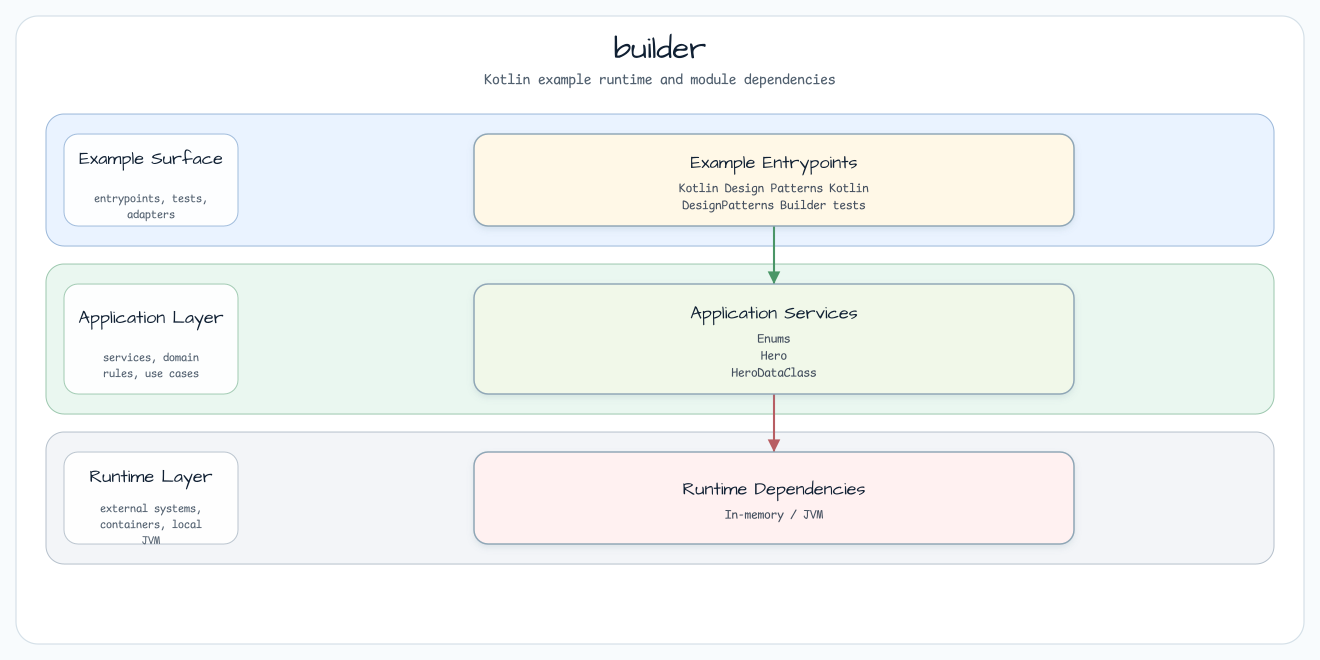
bluetape4k/bluetape4k-workshop keeps this Graphviz diagram as docs/images/readme-diagrams/kotlin-design-patterns-src-main-kotlin-io-bluetape4k-workshop-kotlin-designpatterns-builder-readme-architecture-01.png. Above is the earlier version. Its source is kept beside it as docs/images/readme-diagrams/kotlin-design-patterns-src-main-kotlin-io-bluetape4k-workshop-kotlin-designpatterns-builder-readme-architecture-01.dot.
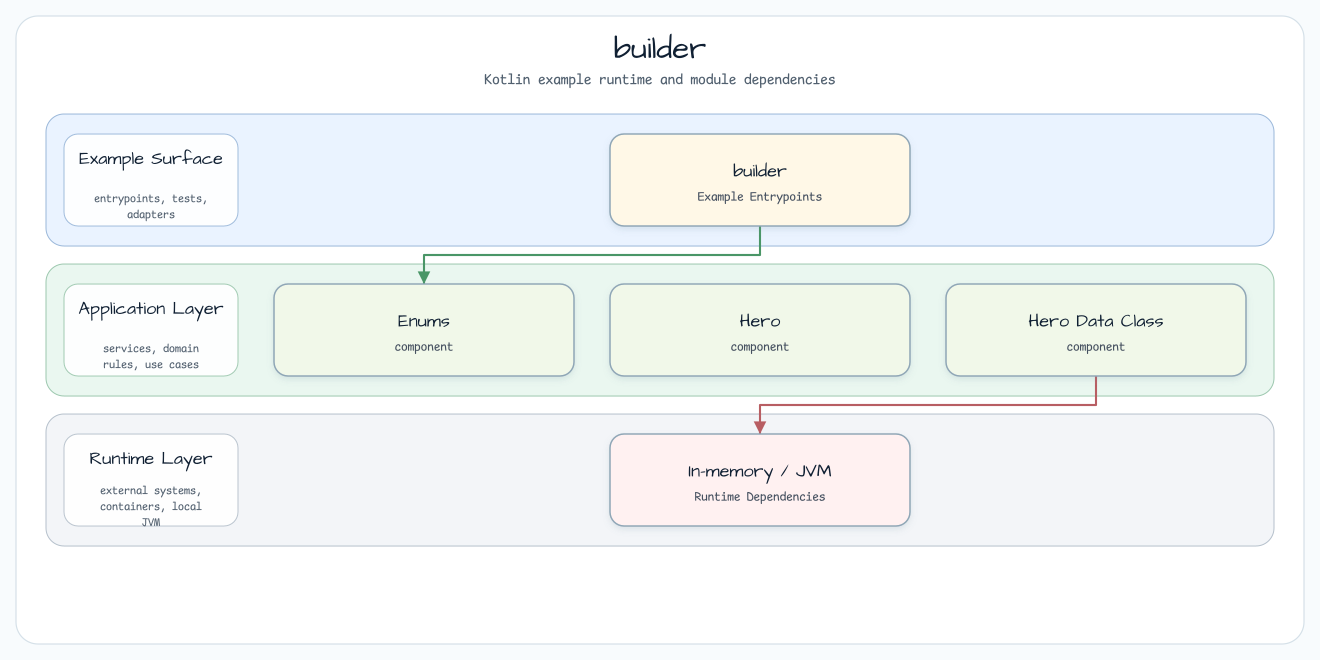
After the change.

Change to the diagram source:
```diff
@@ -26,10 +26,12 @@
     fontsize=11
   ];
 
-  entry [label="Example Entrypoints\nKotlin Design Patterns Kotlin\nDesignPatterns Builder tests", fillcolor="#FFF8E7"];
-  service [label="Application Services\nEnums\nHero\nHeroDataClass", fillcolor="#F1F8E9"];
-  runtime [label="Runtime Dependencies\nIn-memory / JVM", fillcolor="#FFF1F1"];
+  entry0 [label="builder\nExample Entrypoints", fillcolor="#FFF8E7"];
+  service0 [label="Enums\ncomponent", fillcolor="#F1F8E9"];
+  service1 [label="Hero\ncomponent", fillcolor="#F1F8E9"];
+  service2 [label="Hero Data Class\ncomponent", fillcolor="#F1F8E9"];
+  runtime0 [label="In-memory / JVM\nRuntime Dependencies", fillcolor="#FFF1F1"];
 
-  entry -> service [label="delegates"];
-  service -> runtime [label="backs"];
+  entry0 -> service0 [label="starts"];
+  service2 -> runtime0 [label="runs on"];
 }
```
